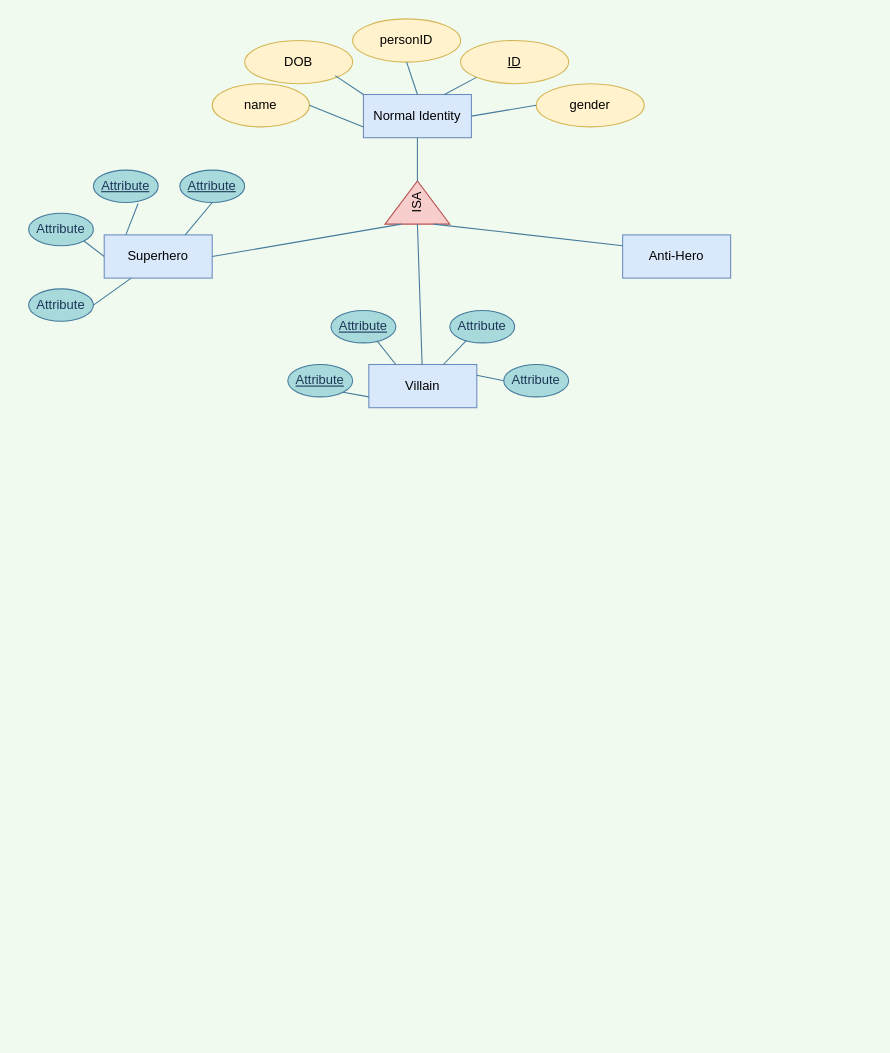
AnCal45/cse111_Project keeps this draw.io diagram as Untitled Diagram.drawio. Above is the earlier version. Source tidied: cells renumbered, new cells numbered last; positions are measured from the earlier drawing's top-left corner, leaving out a move shared by most shapes. Both pictures are drawn from the tidied source at 108%, with x=0, y=0 at pixel (28, 18).
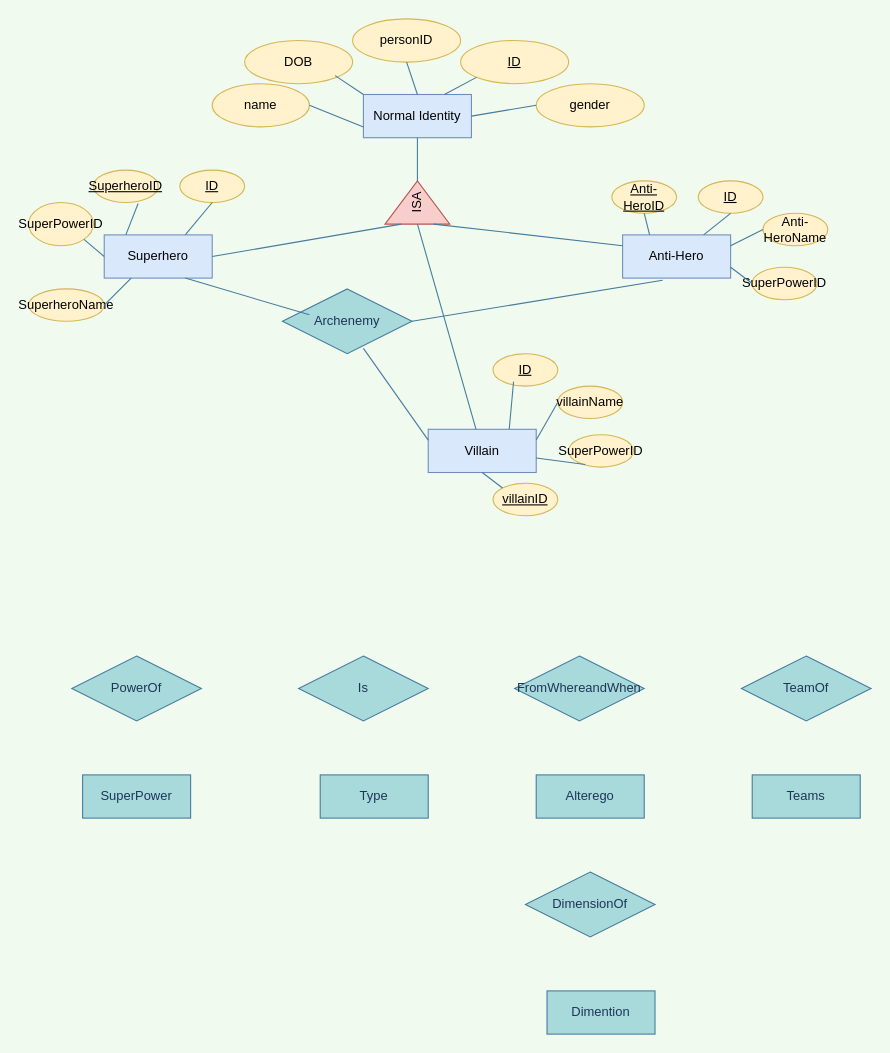
The same diagram, later.

Unchanged cells that the change refers to:
```xml
<mxCell id="15" value="Superhero" style="whiteSpace=wrap;html=1;align=center;rounded=0;sketch=0;strokeColor=#6c8ebf;fillColor=#dae8fc;" parent="1" vertex="1">
  <mxGeometry x="70" y="200" width="100" height="40" as="geometry" />
</mxCell>
<mxCell id="17" value="Anti-Hero" style="whiteSpace=wrap;html=1;align=center;rounded=0;sketch=0;strokeColor=#6c8ebf;fillColor=#dae8fc;" parent="1" vertex="1">
  <mxGeometry x="550" y="200" width="100" height="40" as="geometry" />
</mxCell>
```

Diff of the diagram source:
```diff
@@
     <mxCell id="16" value="Villain" style="whiteSpace=wrap;html=1;align=center;rounded=0;sketch=0;strokeColor=#6c8ebf;fillColor=#dae8fc;" parent="1" vertex="1">
-      <mxGeometry x="315" y="320" width="100" height="40" as="geometry" />
+      <mxGeometry x="370" y="380" width="100" height="40" as="geometry" />
     </mxCell>
@@
-    <mxCell id="21" value="Attribute" style="ellipse;whiteSpace=wrap;html=1;align=center;fontStyle=4;rounded=0;sketch=0;strokeColor=#457B9D;fillColor=#A8DADC;fontColor=#1D3557;" parent="1" vertex="1">
+    <mxCell id="21" value="ID" style="ellipse;whiteSpace=wrap;html=1;align=center;fontStyle=4;rounded=0;sketch=0;strokeColor=#d6b656;fillColor=#fff2cc;" parent="1" vertex="1">
       <mxGeometry x="140" y="140" width="60" height="30" as="geometry" />
     </mxCell>
-    <mxCell id="22" value="Attribute" style="ellipse;whiteSpace=wrap;html=1;align=center;fontStyle=4;rounded=0;sketch=0;strokeColor=#457B9D;fillColor=#A8DADC;fontColor=#1D3557;" parent="1" vertex="1">
+    <mxCell id="22" value="SuperheroID" style="ellipse;whiteSpace=wrap;html=1;align=center;fontStyle=4;rounded=0;sketch=0;strokeColor=#d6b656;fillColor=#fff2cc;" parent="1" vertex="1">
       <mxGeometry x="60" y="140" width="60" height="30" as="geometry" />
     </mxCell>
-    <mxCell id="23" value="Attribute" style="ellipse;whiteSpace=wrap;html=1;align=center;rounded=0;sketch=0;strokeColor=#457B9D;fillColor=#A8DADC;fontColor=#1D3557;" parent="1" vertex="1">
-      <mxGeometry y="180" width="60" height="30" as="geometry" />
+    <mxCell id="23" value="SuperPowerID" style="ellipse;whiteSpace=wrap;html=1;align=center;rounded=0;sketch=0;strokeColor=#d6b656;fillColor=#fff2cc;" parent="1" vertex="1">
+      <mxGeometry y="170" width="60" height="40" as="geometry" />
     </mxCell>
-    <mxCell id="24" value="Attribute" style="ellipse;whiteSpace=wrap;html=1;align=center;rounded=0;sketch=0;strokeColor=#457B9D;fillColor=#A8DADC;fontColor=#1D3557;" parent="1" vertex="1">
-      <mxGeometry y="250" width="60" height="30" as="geometry" />
+    <mxCell id="24" value="SuperheroName" style="ellipse;whiteSpace=wrap;html=1;align=center;rounded=0;sketch=0;strokeColor=#d6b656;fillColor=#fff2cc;" parent="1" vertex="1">
+      <mxGeometry y="250" width="70" height="30" as="geometry" />
     </mxCell>
@@
-    <mxCell id="29" value="Attribute" style="ellipse;whiteSpace=wrap;html=1;align=center;fontStyle=4;rounded=0;sketch=0;strokeColor=#457B9D;fillColor=#A8DADC;fontColor=#1D3557;" parent="1" vertex="1">
-      <mxGeometry x="240" y="320" width="60" height="30" as="geometry" />
+    <mxCell id="29" value="villainID" style="ellipse;whiteSpace=wrap;html=1;align=center;fontStyle=4;rounded=0;sketch=0;strokeColor=#d6b656;fillColor=#fff2cc;" parent="1" vertex="1">
+      <mxGeometry x="430" y="430" width="60" height="30" as="geometry" />
     </mxCell>
-    <mxCell id="30" value="Attribute" style="ellipse;whiteSpace=wrap;html=1;align=center;fontStyle=4;rounded=0;sketch=0;strokeColor=#457B9D;fillColor=#A8DADC;fontColor=#1D3557;" parent="1" vertex="1">
-      <mxGeometry x="280" y="270" width="60" height="30" as="geometry" />
+    <mxCell id="30" value="ID" style="ellipse;whiteSpace=wrap;html=1;align=center;fontStyle=4;rounded=0;sketch=0;strokeColor=#d6b656;fillColor=#fff2cc;" parent="1" vertex="1">
+      <mxGeometry x="430" y="310" width="60" height="30" as="geometry" />
     </mxCell>
-    <mxCell id="31" value="Attribute" style="ellipse;whiteSpace=wrap;html=1;align=center;rounded=0;sketch=0;strokeColor=#457B9D;fillColor=#A8DADC;fontColor=#1D3557;" parent="1" vertex="1">
-      <mxGeometry x="390" y="270" width="60" height="30" as="geometry" />
+    <mxCell id="31" value="SuperPowerID" style="ellipse;whiteSpace=wrap;html=1;align=center;rounded=0;sketch=0;strokeColor=#d6b656;fillColor=#fff2cc;" parent="1" vertex="1">
+      <mxGeometry x="500" y="385" width="60" height="30" as="geometry" />
     </mxCell>
-    <mxCell id="32" value="Attribute" style="ellipse;whiteSpace=wrap;html=1;align=center;rounded=0;sketch=0;strokeColor=#457B9D;fillColor=#A8DADC;fontColor=#1D3557;" parent="1" vertex="1">
-      <mxGeometry x="440" y="320" width="60" height="30" as="geometry" />
+    <mxCell id="32" value="villainName" style="ellipse;whiteSpace=wrap;html=1;align=center;rounded=0;sketch=0;strokeColor=#d6b656;fillColor=#fff2cc;" parent="1" vertex="1">
+      <mxGeometry x="490" y="340" width="60" height="30" as="geometry" />
     </mxCell>
-    <mxCell id="33" style="endArrow=none;html=1;strokeColor=#457B9D;fillColor=#A8DADC;fontColor=#1D3557;entryX=0;entryY=0.75;entryDx=0;entryDy=0;exitX=1;exitY=1;exitDx=0;exitDy=0;" parent="1" edge="1" source="29" target="16">
+    <mxCell id="33" style="endArrow=none;html=1;strokeColor=#457B9D;fillColor=#A8DADC;fontColor=#1D3557;entryX=0.5;entryY=1;entryDx=0;entryDy=0;exitX=0;exitY=0;exitDx=0;exitDy=0;" parent="1" edge="1" source="29" target="16">
       <mxGeometry relative="1" as="geometry" />
     </mxCell>
-    <mxCell id="34" style="endArrow=none;html=1;strokeColor=#457B9D;fillColor=#A8DADC;fontColor=#1D3557;entryX=0.71;entryY=0.938;entryDx=0;entryDy=0;entryPerimeter=0;exitX=0.25;exitY=0;exitDx=0;exitDy=0;" parent="1" edge="1" source="16" target="30">
+    <mxCell id="34" style="endArrow=none;html=1;strokeColor=#457B9D;fillColor=#A8DADC;fontColor=#1D3557;entryX=0.317;entryY=0.867;entryDx=0;entryDy=0;entryPerimeter=0;exitX=0.75;exitY=0;exitDx=0;exitDy=0;" parent="1" edge="1" source="16" target="30">
       <mxGeometry relative="1" as="geometry" />
     </mxCell>
@@
+    <mxCell id="37" value="SuperPowerID" style="ellipse;whiteSpace=wrap;html=1;align=center;rounded=0;sketch=0;strokeColor=#d6b656;fillColor=#fff2cc;" parent="1" vertex="1">
+      <mxGeometry x="670" y="230" width="60" height="30" as="geometry" />
+    </mxCell>
+    <mxCell id="38" value="Anti-HeroName" style="ellipse;whiteSpace=wrap;html=1;align=center;rounded=0;sketch=0;strokeColor=#d6b656;fillColor=#fff2cc;" parent="1" vertex="1">
+      <mxGeometry x="680" y="180" width="60" height="30" as="geometry" />
+    </mxCell>
+    <mxCell id="39" value="ID" style="ellipse;whiteSpace=wrap;html=1;align=center;fontStyle=4;rounded=0;sketch=0;strokeColor=#d6b656;fillColor=#fff2cc;" parent="1" vertex="1">
+      <mxGeometry x="620" y="150" width="60" height="30" as="geometry" />
+    </mxCell>
+    <mxCell id="40" value="Anti-HeroID" style="ellipse;whiteSpace=wrap;html=1;align=center;fontStyle=4;rounded=0;sketch=0;strokeColor=#d6b656;fillColor=#fff2cc;" parent="1" vertex="1">
+      <mxGeometry x="540" y="150" width="60" height="30" as="geometry" />
+    </mxCell>
+    <mxCell id="41" style="endArrow=none;html=1;strokeColor=#457B9D;fillColor=#A8DADC;fontColor=#1D3557;entryX=0.5;entryY=1;entryDx=0;entryDy=0;exitX=0.25;exitY=0;exitDx=0;exitDy=0;" parent="1" edge="1" source="17" target="40">
+      <mxGeometry relative="1" as="geometry" />
+    </mxCell>
+    <mxCell id="42" style="endArrow=none;html=1;strokeColor=#457B9D;fillColor=#A8DADC;fontColor=#1D3557;entryX=0.5;entryY=1;entryDx=0;entryDy=0;exitX=0.75;exitY=0;exitDx=0;exitDy=0;" parent="1" edge="1" source="17" target="39">
+      <mxGeometry relative="1" as="geometry" />
+    </mxCell>
+    <mxCell id="43" style="endArrow=none;html=1;strokeColor=#457B9D;fillColor=#A8DADC;fontColor=#1D3557;exitX=1;exitY=0.25;exitDx=0;exitDy=0;" parent="1" edge="1" source="17">
+      <mxGeometry relative="1" as="geometry">
+        <mxPoint x="680" y="195" as="targetPoint" />
+      </mxGeometry>
+    </mxCell>
+    <mxCell id="44" style="endArrow=none;html=1;strokeColor=#457B9D;fillColor=#A8DADC;fontColor=#1D3557;entryX=0;entryY=0.5;entryDx=0;entryDy=0;exitX=1;exitY=0.75;exitDx=0;exitDy=0;" parent="1" edge="1" source="17" target="37">
+      <mxGeometry relative="1" as="geometry" />
+    </mxCell>
+    <mxCell id="45" value="Archenemy" style="shape=rhombus;perimeter=rhombusPerimeter;whiteSpace=wrap;html=1;align=center;rounded=0;sketch=0;strokeColor=#457B9D;fillColor=#A8DADC;fontColor=#1D3557;" parent="1" vertex="1">
+      <mxGeometry x="235" y="250" width="120" height="60" as="geometry" />
+    </mxCell>
+    <mxCell id="46" style="endArrow=none;html=1;strokeColor=#457B9D;fillColor=#A8DADC;fontColor=#1D3557;entryX=0.75;entryY=1;entryDx=0;entryDy=0;exitX=0.208;exitY=0.4;exitDx=0;exitDy=0;exitPerimeter=0;" parent="1" edge="1" source="45" target="15">
+      <mxGeometry relative="1" as="geometry" />
+    </mxCell>
+    <mxCell id="47" style="endArrow=none;html=1;strokeColor=#457B9D;fillColor=#A8DADC;fontColor=#1D3557;entryX=0.37;entryY=1.05;entryDx=0;entryDy=0;entryPerimeter=0;exitX=1;exitY=0.5;exitDx=0;exitDy=0;" parent="1" edge="1" source="45" target="17">
+      <mxGeometry relative="1" as="geometry" />
+    </mxCell>
+    <mxCell id="48" style="endArrow=none;html=1;strokeColor=#457B9D;fillColor=#A8DADC;fontColor=#1D3557;entryX=0.625;entryY=0.917;entryDx=0;entryDy=0;entryPerimeter=0;exitX=0;exitY=0.25;exitDx=0;exitDy=0;" parent="1" edge="1" source="16" target="45">
+      <mxGeometry relative="1" as="geometry" />
+    </mxCell>
+    <mxCell id="49" value="PowerOf" style="shape=rhombus;perimeter=rhombusPerimeter;whiteSpace=wrap;html=1;align=center;rounded=0;sketch=0;strokeColor=#457B9D;fillColor=#A8DADC;fontColor=#1D3557;" parent="1" vertex="1">
+      <mxGeometry x="40" y="590" width="120" height="60" as="geometry" />
+    </mxCell>
+    <mxCell id="50" value="Is" style="shape=rhombus;perimeter=rhombusPerimeter;whiteSpace=wrap;html=1;align=center;rounded=0;sketch=0;strokeColor=#457B9D;fillColor=#A8DADC;fontColor=#1D3557;" parent="1" vertex="1">
+      <mxGeometry x="250" y="590" width="120" height="60" as="geometry" />
+    </mxCell>
+    <mxCell id="51" value="FromWhereandWhen" style="shape=rhombus;perimeter=rhombusPerimeter;whiteSpace=wrap;html=1;align=center;rounded=0;sketch=0;strokeColor=#457B9D;fillColor=#A8DADC;fontColor=#1D3557;" parent="1" vertex="1">
+      <mxGeometry x="450" y="590" width="120" height="60" as="geometry" />
+    </mxCell>
+    <mxCell id="52" value="SuperPower" style="whiteSpace=wrap;html=1;align=center;rounded=0;sketch=0;strokeColor=#457B9D;fillColor=#A8DADC;fontColor=#1D3557;" parent="1" vertex="1">
+      <mxGeometry x="50" y="700" width="100" height="40" as="geometry" />
+    </mxCell>
+    <mxCell id="53" value="Type" style="whiteSpace=wrap;html=1;align=center;rounded=0;sketch=0;strokeColor=#457B9D;fillColor=#A8DADC;fontColor=#1D3557;" parent="1" vertex="1">
+      <mxGeometry x="270" y="700" width="100" height="40" as="geometry" />
+    </mxCell>
+    <mxCell id="54" value="Alterego" style="whiteSpace=wrap;html=1;align=center;rounded=0;sketch=0;strokeColor=#457B9D;fillColor=#A8DADC;fontColor=#1D3557;" parent="1" vertex="1">
+      <mxGeometry x="470" y="700" width="100" height="40" as="geometry" />
+    </mxCell>
+    <mxCell id="55" value="DimensionOf" style="shape=rhombus;perimeter=rhombusPerimeter;whiteSpace=wrap;html=1;align=center;rounded=0;sketch=0;strokeColor=#457B9D;fillColor=#A8DADC;fontColor=#1D3557;" parent="1" vertex="1">
+      <mxGeometry x="460" y="790" width="120" height="60" as="geometry" />
+    </mxCell>
+    <mxCell id="56" value="Dimention" style="whiteSpace=wrap;html=1;align=center;rounded=0;sketch=0;strokeColor=#457B9D;fillColor=#A8DADC;fontColor=#1D3557;" parent="1" vertex="1">
+      <mxGeometry x="480" y="900" width="100" height="40" as="geometry" />
+    </mxCell>
+    <mxCell id="57" value="TeamOf" style="shape=rhombus;perimeter=rhombusPerimeter;whiteSpace=wrap;html=1;align=center;rounded=0;sketch=0;strokeColor=#457B9D;fillColor=#A8DADC;fontColor=#1D3557;" parent="1" vertex="1">
+      <mxGeometry x="660" y="590" width="120" height="60" as="geometry" />
+    </mxCell>
+    <mxCell id="58" value="Teams" style="whiteSpace=wrap;html=1;align=center;rounded=0;sketch=0;strokeColor=#457B9D;fillColor=#A8DADC;fontColor=#1D3557;" parent="1" vertex="1">
+      <mxGeometry x="670" y="700" width="100" height="40" as="geometry" />
+    </mxCell>
```
